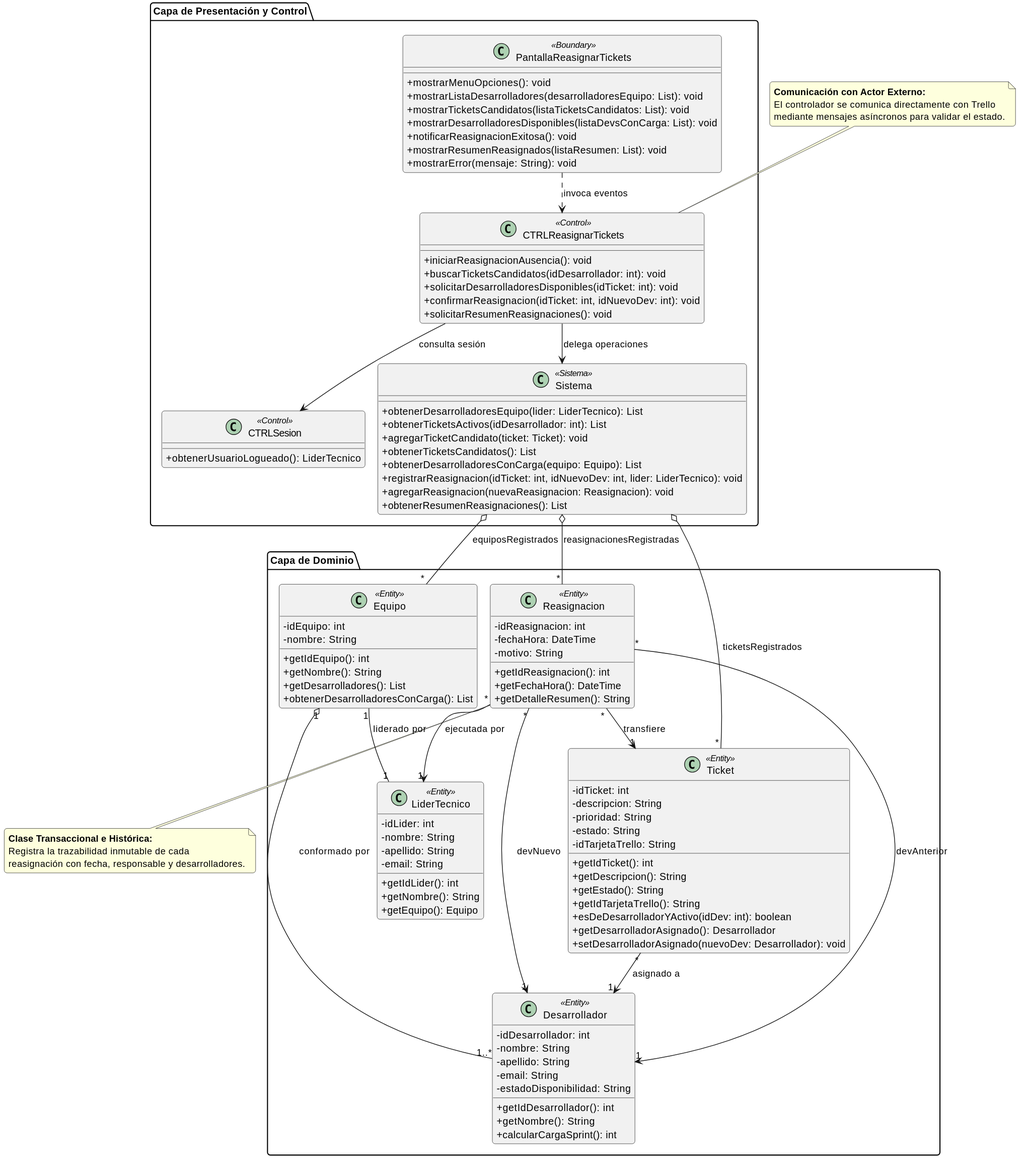
Before: modelos/02/03-diagrama-clases/clases_reasignar_tickets.svg, a diagram exported from PlantUML (sandobaitt/dsi-2026).
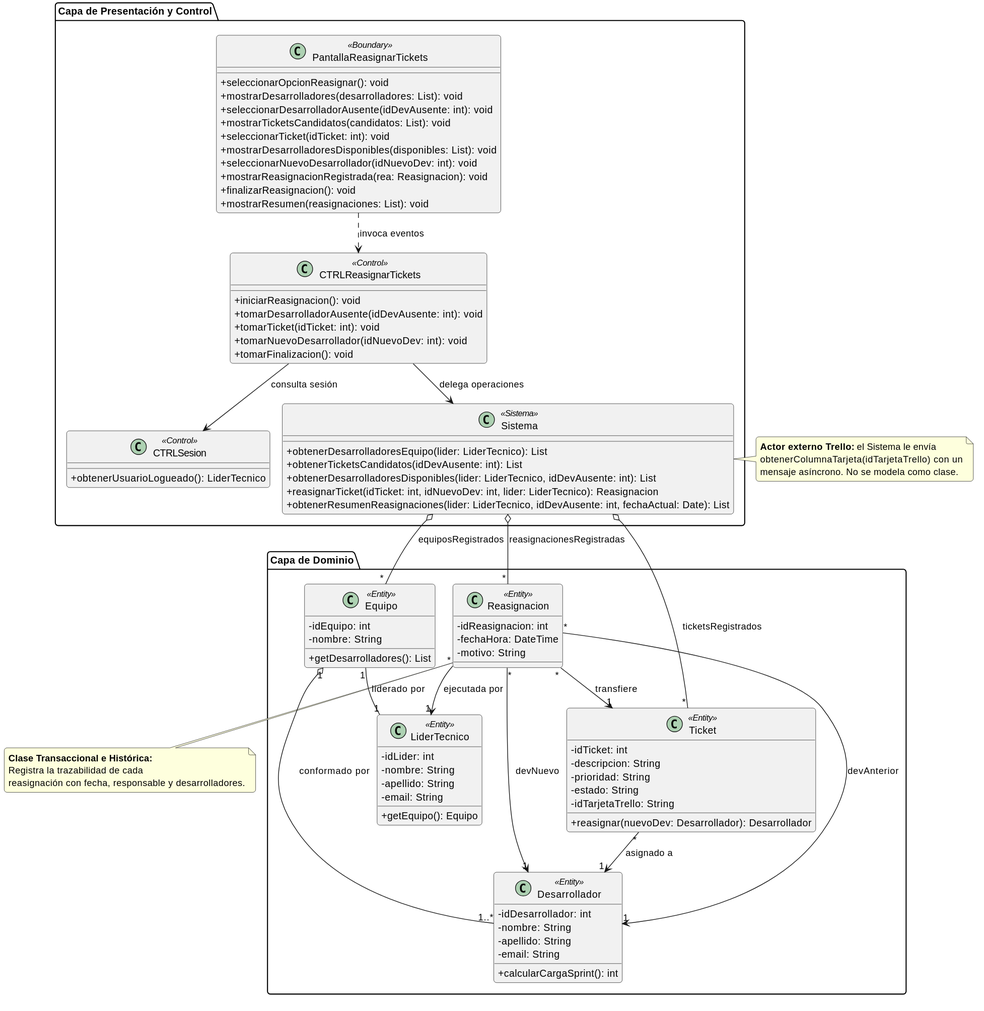
Above is the later version.

Change to the diagram source:
```diff
@@ -10,21 +10,24 @@
 package "Capa de Presentación y Control" {
 
     class "PantallaReasignarTickets" as UI <<Boundary>> {
-        + mostrarMenuOpciones(): void
-        + mostrarListaDesarrolladores(desarrolladoresEquipo: List): void
-        + mostrarTicketsCandidatos(listaTicketsCandidatos: List): void
-        + mostrarDesarrolladoresDisponibles(listaDevsConCarga: List): void
-        + notificarReasignacionExitosa(): void
-        + mostrarResumenReasignados(listaResumen: List): void
-        + mostrarError(mensaje: String): void
+        + seleccionarOpcionReasignar(): void
+        + mostrarDesarrolladores(desarrolladores: List): void
+        + seleccionarDesarrolladorAusente(idDevAusente: int): void
+        + mostrarTicketsCandidatos(candidatos: List): void
+        + seleccionarTicket(idTicket: int): void
+        + mostrarDesarrolladoresDisponibles(disponibles: List): void
+        + seleccionarNuevoDesarrollador(idNuevoDev: int): void
+        + mostrarReasignacionRegistrada(rea: Reasignacion): void
+        + finalizarReasignacion(): void
+        + mostrarResumen(reasignaciones: List): void
     }
 
     class "CTRLReasignarTickets" as CTRLCU <<Control>> {
-        + iniciarReasignacionAusencia(): void
-        + buscarTicketsCandidatos(idDesarrollador: int): void
-        + solicitarDesarrolladoresDisponibles(idTicket: int): void
-        + confirmarReasignacion(idTicket: int, idNuevoDev: int): void
-        + solicitarResumenReasignaciones(): void
+        + iniciarReasignacion(): void
+        + tomarDesarrolladorAusente(idDevAusente: int): void
+        + tomarTicket(idTicket: int): void
+        + tomarNuevoDesarrollador(idNuevoDev: int): void
+        + tomarFinalizacion(): void
     }
 
     class "CTRLSesion" as CTRLSesion <<Control>> {
@@ -33,13 +36,10 @@
 
     class "Sistema" as Sistema <<Sistema>> {
         + obtenerDesarrolladoresEquipo(lider: LiderTecnico): List
-        + obtenerTicketsActivos(idDesarrollador: int): List
-        + agregarTicketCandidato(ticket: Ticket): void
-        + obtenerTicketsCandidatos(): List
-        + obtenerDesarrolladoresConCarga(equipo: Equipo): List
-        + registrarReasignacion(idTicket: int, idNuevoDev: int, lider: LiderTecnico): void
-        + agregarReasignacion(nuevaReasignacion: Reasignacion): void
-        + obtenerResumenReasignaciones(): List
+        + obtenerTicketsCandidatos(idDevAusente: int): List
+        + obtenerDesarrolladoresDisponibles(lider: LiderTecnico, idDevAusente: int): List
+        + reasignarTicket(idTicket: int, idNuevoDev: int, lider: LiderTecnico): Reasignacion
+        + obtenerResumenReasignaciones(lider: LiderTecnico, idDevAusente: int, fechaActual: Date): List
     }
 }
 
@@ -50,9 +50,13 @@
         - nombre: String
         - apellido: String
         - email: String
-        + getIdLider(): int
-        + getNombre(): String
         + getEquipo(): Equipo
+    }
+
+    class "Equipo" as Equipo <<Entity>> {
+        - idEquipo: int
+        - nombre: String
+        + getDesarrolladores(): List
     }
 
     class "Desarrollador" as Desarrollador <<Entity>> {
@@ -60,19 +64,7 @@
         - nombre: String
         - apellido: String
         - email: String
-        - estadoDisponibilidad: String
-        + getIdDesarrollador(): int
-        + getNombre(): String
         + calcularCargaSprint(): int
-    }
-
-    class "Equipo" as Equipo <<Entity>> {
-        - idEquipo: int
-        - nombre: String
-        + getIdEquipo(): int
-        + getNombre(): String
-        + getDesarrolladores(): List
-        + obtenerDesarrolladoresConCarga(): List
     }
 
     class "Ticket" as Ticket <<Entity>> {
@@ -81,22 +73,13 @@
         - prioridad: String
         - estado: String
         - idTarjetaTrello: String
-        + getIdTicket(): int
-        + getDescripcion(): String
-        + getEstado(): String
-        + getIdTarjetaTrello(): String
-        + esDeDesarrolladorYActivo(idDev: int): boolean
-        + getDesarrolladorAsignado(): Desarrollador
-        + setDesarrolladorAsignado(nuevoDev: Desarrollador): void
+        + reasignar(nuevoDev: Desarrollador): Desarrollador
     }
 
     class "Reasignacion" as Reasignacion <<Entity>> {
         - idReasignacion: int
         - fechaHora: DateTime
         - motivo: String
-        + getIdReasignacion(): int
-        + getFechaHora(): DateTime
-        + getDetalleResumen(): String
     }
 }
 
@@ -120,13 +103,13 @@
 
 note bottom of Reasignacion
   **Clase Transaccional e Histórica:**
-  Registra la trazabilidad inmutable de cada
+  Registra la trazabilidad de cada
   reasignación con fecha, responsable y desarrolladores.
 end note
 
-note top of CTRLCU
-  **Comunicación con Actor Externo:**
-  El controlador se comunica directamente con Trello
-  mediante mensajes asíncronos para validar el estado.
+note right of Sistema
+  **Actor externo Trello:** el Sistema le envía
+  obtenerColumnaTarjeta(idTarjetaTrello) con un
+  mensaje asíncrono. No se modela como clase.
 end note
 @enduml
```
